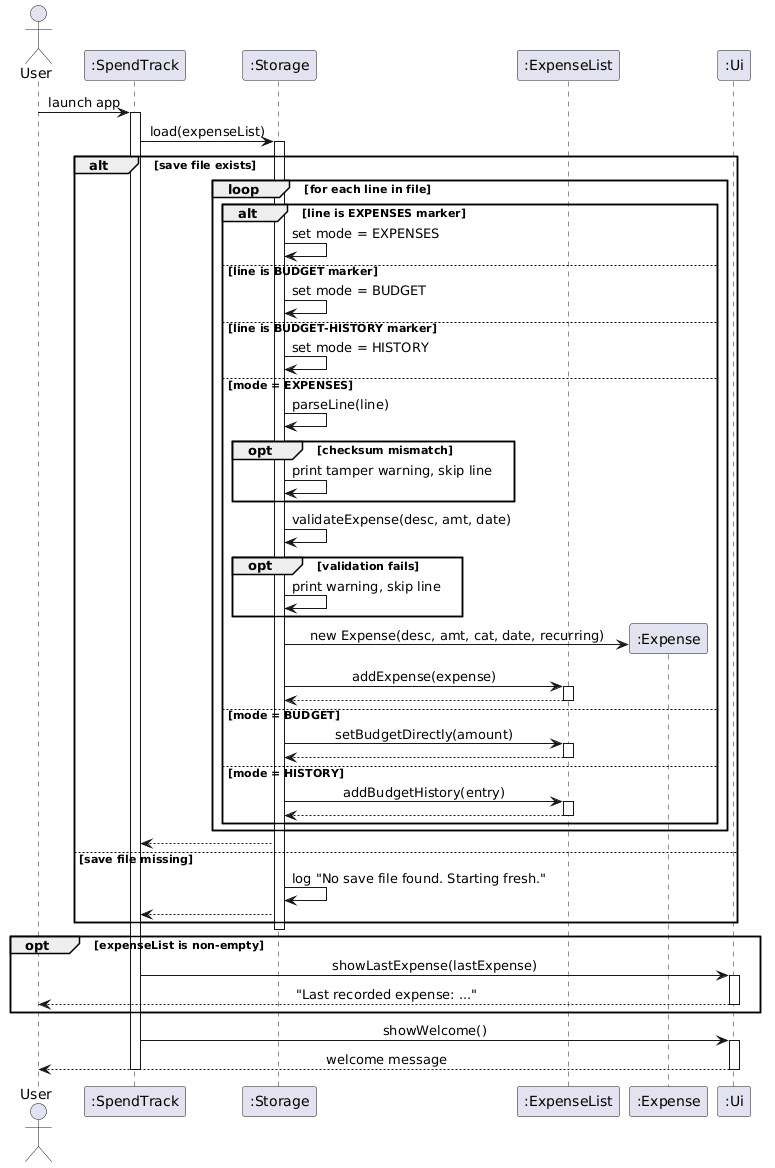
Above: docs/images/StorageLoadSequence.png in AbhijitBalajee/tp (PlantUML), before the change.
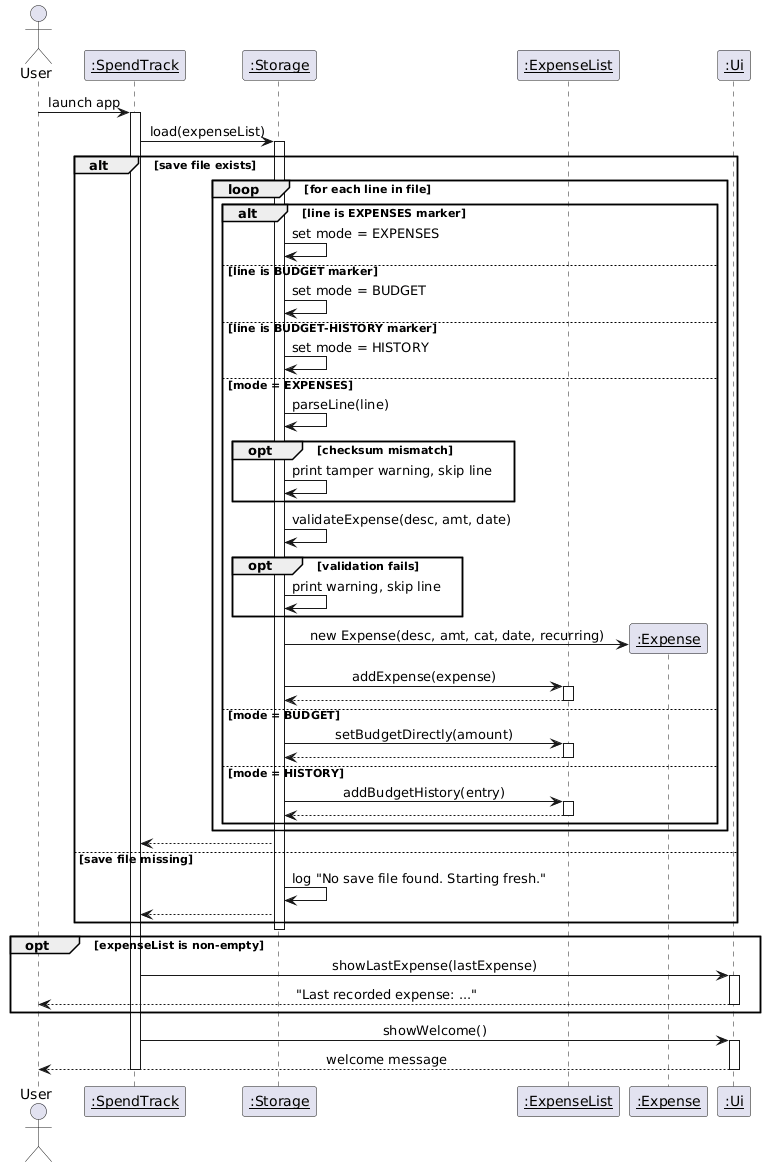
The same file after the commit.

The edit, as a diff of the source:
```diff
@@ -4,11 +4,11 @@
 skinparam sequenceMessageAlign center
 
 actor User
-participant ":SpendTrack" as ST
-participant ":Storage" as S
-participant ":ExpenseList" as EL
-participant ":Expense" as E
-participant ":Ui" as UI
+participant "<u>:SpendTrack</u>" as ST
+participant "<u>:Storage</u>" as S
+participant "<u>:ExpenseList</u>" as EL
+participant "<u>:Expense</u>" as E
+participant "<u>:Ui</u>" as UI
 
 User -> ST : launch app
 activate ST
```
